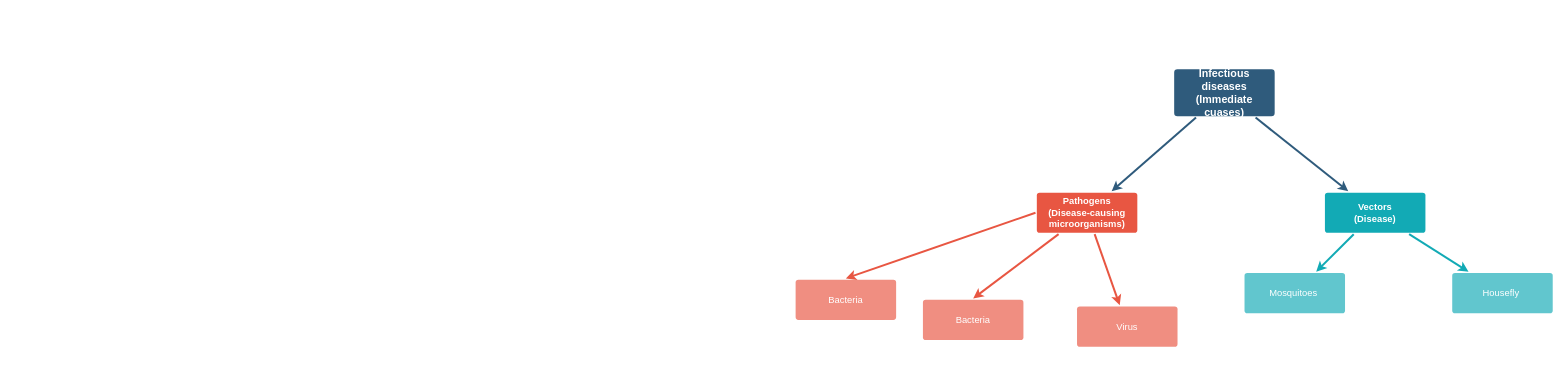
ShweataNHegde/fun_projects keeps this draw.io diagram as page "Page-1" (1 of 2) of infectious_disease.drawio. Above is the earlier version. Source tidied: cells renumbered, new cells numbered last; positions are measured from the earlier drawing's top-left corner, leaving out a move shared by most shapes. Both pictures are drawn from the tidied source at 67%, with x=0, y=0 at pixel (795, 69).
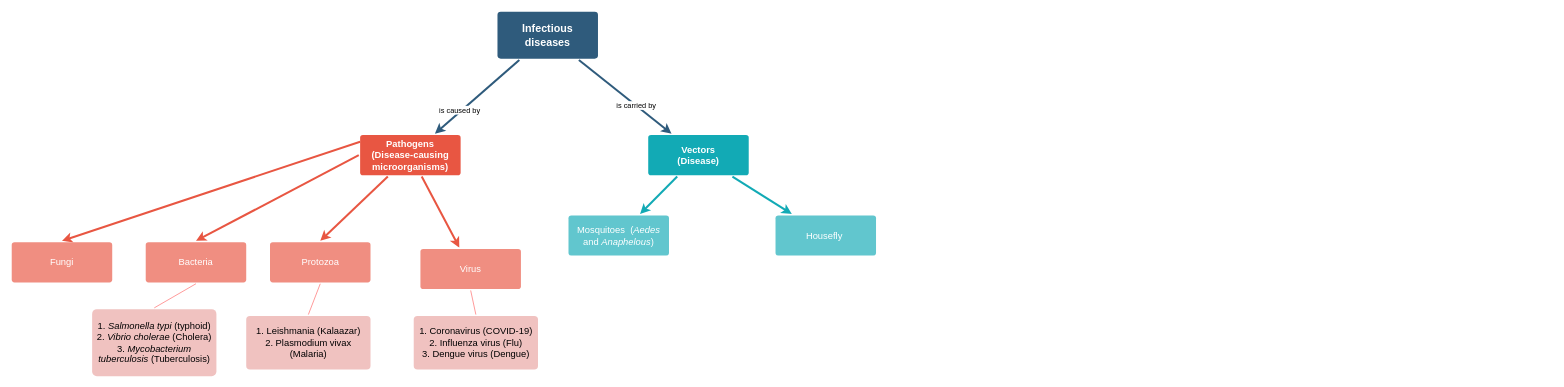
The same page after the edit.

Unchanged cells that the change refers to:
```xml
<mxCell id="2" style="edgeStyle=none;rounded=0;jumpStyle=none;html=1;shadow=0;labelBackgroundColor=none;startArrow=none;startFill=0;endArrow=classic;endFill=1;jettySize=auto;strokeColor=#2F5B7C;strokeWidth=3;fontFamily=Helvetica;fontSize=16;fontColor=#23445D;spacing=5;" parent="1" edge="1" source="4" target="10">
  <mxGeometry relative="1" as="geometry" />
</mxCell>
<mxCell id="3" style="edgeStyle=none;rounded=0;jumpStyle=none;html=1;shadow=0;labelBackgroundColor=none;startArrow=none;startFill=0;endArrow=classic;endFill=1;jettySize=auto;strokeColor=#2F5B7C;strokeWidth=3;fontFamily=Helvetica;fontSize=16;fontColor=#23445D;spacing=5;" parent="1" edge="1" source="4" target="7">
  <mxGeometry relative="1" as="geometry" />
</mxCell>
```

Diff of the diagram source:
```diff
@@
+    <mxCell id="17" value="is carried by" style="edgeLabel;html=1;align=center;verticalAlign=middle;" parent="2" vertex="1">
+      <mxGeometry x="0.23" relative="1" as="geometry" />
+    </mxCell>
@@
+    <mxCell id="18" value="is caused by&amp;nbsp;" style="edgeLabel;html=1;align=center;verticalAlign=middle;" parent="3" vertex="1">
+      <mxGeometry x="0.39" y="-1" relative="1" as="geometry">
+        <mxPoint y="-1" as="offset" />
+      </mxGeometry>
+    </mxCell>
-    <mxCell id="4" value="Infectious diseases&lt;br&gt;(Immediate cuases)" style="rounded=1;whiteSpace=wrap;html=1;shadow=0;labelBackgroundColor=none;strokeColor=none;strokeWidth=3;fillColor=#2F5B7C;fontFamily=Helvetica;fontSize=16;fontColor=#FFFFFF;align=center;fontStyle=1;spacing=5;arcSize=7;perimeterSpacing=2;" parent="1" vertex="1">
-      <mxGeometry x="565" width="150" height="70" as="geometry" />
+    <mxCell id="4" value="Infectious diseases&lt;br&gt;" style="rounded=1;whiteSpace=wrap;html=1;shadow=0;labelBackgroundColor=none;strokeColor=none;strokeWidth=3;fillColor=#2F5B7C;fontFamily=Helvetica;fontSize=16;fontColor=#FFFFFF;align=center;fontStyle=1;spacing=5;arcSize=7;perimeterSpacing=2;" parent="1" vertex="1">
+      <mxGeometry x="-445" y="-86" width="150" height="70" as="geometry" />
     </mxCell>
@@
     <mxCell id="7" value="Pathogens&lt;br&gt;(Disease-causing microorganisms)" style="rounded=1;whiteSpace=wrap;html=1;shadow=0;labelBackgroundColor=none;strokeColor=none;strokeWidth=3;fillColor=#e85642;fontFamily=Helvetica;fontSize=14;fontColor=#FFFFFF;align=center;spacing=5;fontStyle=1;arcSize=7;perimeterSpacing=2;" parent="1" vertex="1">
-      <mxGeometry x="360" y="184" width="150" height="60" as="geometry" />
+      <mxGeometry x="-650" y="98" width="150" height="60" as="geometry" />
     </mxCell>
     <mxCell id="8" value="Virus" style="rounded=1;whiteSpace=wrap;html=1;shadow=0;labelBackgroundColor=none;strokeColor=none;strokeWidth=3;fillColor=#f08e81;fontFamily=Helvetica;fontSize=14;fontColor=#FFFFFF;align=center;spacing=5;fontStyle=0;arcSize=7;perimeterSpacing=2;" parent="1" vertex="1">
-      <mxGeometry x="420" y="354" width="150" height="60" as="geometry" />
+      <mxGeometry x="-560" y="268" width="150" height="60" as="geometry" />
     </mxCell>
-    <mxCell id="9" value="Bacteria" style="rounded=1;whiteSpace=wrap;html=1;shadow=0;labelBackgroundColor=none;strokeColor=none;strokeWidth=3;fillColor=#f08e81;fontFamily=Helvetica;fontSize=14;fontColor=#FFFFFF;align=center;spacing=5;fontStyle=0;arcSize=7;perimeterSpacing=2;" parent="1" vertex="1">
-      <mxGeometry x="190" y="344" width="150" height="60" as="geometry" />
+    <mxCell id="9" value="Protozoa" style="rounded=1;whiteSpace=wrap;html=1;shadow=0;labelBackgroundColor=none;strokeColor=none;strokeWidth=3;fillColor=#f08e81;fontFamily=Helvetica;fontSize=14;fontColor=#FFFFFF;align=center;spacing=5;fontStyle=0;arcSize=7;perimeterSpacing=2;" parent="1" vertex="1">
+      <mxGeometry x="-784.5" y="258" width="150" height="60" as="geometry" />
     </mxCell>
     <mxCell id="10" value="Vectors&lt;br&gt;(Disease)" style="rounded=1;whiteSpace=wrap;html=1;shadow=0;labelBackgroundColor=none;strokeColor=none;strokeWidth=3;fillColor=#12aab5;fontFamily=Helvetica;fontSize=14;fontColor=#FFFFFF;align=center;spacing=5;fontStyle=1;arcSize=7;perimeterSpacing=2;" parent="1" vertex="1">
-      <mxGeometry x="790" y="184" width="150" height="60" as="geometry" />
+      <mxGeometry x="-220" y="98" width="150" height="60" as="geometry" />
     </mxCell>
-    <mxCell id="11" value="Mosquitoes&amp;nbsp;" style="rounded=1;whiteSpace=wrap;html=1;shadow=0;labelBackgroundColor=none;strokeColor=none;strokeWidth=3;fillColor=#61c6ce;fontFamily=Helvetica;fontSize=14;fontColor=#FFFFFF;align=center;spacing=5;fontStyle=0;arcSize=7;perimeterSpacing=2;" parent="1" vertex="1">
-      <mxGeometry x="670" y="304" width="150" height="60" as="geometry" />
+    <mxCell id="11" value="Mosquitoes&amp;nbsp; (&lt;i&gt;Aedes &lt;/i&gt;and &lt;i&gt;Anaphelous&lt;/i&gt;)" style="rounded=1;whiteSpace=wrap;html=1;shadow=0;labelBackgroundColor=none;strokeColor=none;strokeWidth=3;fillColor=#61c6ce;fontFamily=Helvetica;fontSize=14;fontColor=#FFFFFF;align=center;spacing=5;fontStyle=0;arcSize=7;perimeterSpacing=2;" parent="1" vertex="1">
+      <mxGeometry x="-339" y="218" width="150" height="60" as="geometry" />
     </mxCell>
@@
     <mxCell id="13" value="Housefly&amp;nbsp;" style="rounded=1;whiteSpace=wrap;html=1;shadow=0;labelBackgroundColor=none;strokeColor=none;strokeWidth=3;fillColor=#61c6ce;fontFamily=Helvetica;fontSize=14;fontColor=#FFFFFF;align=center;spacing=5;fontStyle=0;arcSize=7;perimeterSpacing=2;" parent="1" vertex="1">
-      <mxGeometry x="980" y="304" width="150" height="60" as="geometry" />
+      <mxGeometry x="-30" y="218" width="150" height="60" as="geometry" />
     </mxCell>
@@
     <mxCell id="15" value="Bacteria" style="rounded=1;whiteSpace=wrap;html=1;shadow=0;labelBackgroundColor=none;strokeColor=none;strokeWidth=3;fillColor=#f08e81;fontFamily=Helvetica;fontSize=14;fontColor=#FFFFFF;align=center;spacing=5;fontStyle=0;arcSize=7;perimeterSpacing=2;" parent="1" vertex="1">
-      <mxGeometry y="314" width="150" height="60" as="geometry" />
+      <mxGeometry x="-970" y="258" width="150" height="60" as="geometry" />
     </mxCell>
@@
+    <mxCell id="19" value="&lt;font color=&quot;#000000&quot;&gt;1. &lt;i&gt;Salmonella typi &lt;/i&gt;(typhoid)&lt;br&gt;2.&amp;nbsp;&lt;i&gt;Vibrio cholerae&lt;/i&gt; (Cholera)&lt;br&gt;3. &lt;i&gt;Mycobacterium tuberculosis&lt;/i&gt; (Tuberculosis)&lt;br&gt;&lt;/font&gt;" style="rounded=1;whiteSpace=wrap;html=1;shadow=0;labelBackgroundColor=none;strokeColor=none;strokeWidth=3;fillColor=#F0C2C0;fontFamily=Helvetica;fontSize=14;fontColor=#FFFFFF;align=center;spacing=5;fontStyle=0;arcSize=7;perimeterSpacing=2;" parent="1" vertex="1">
+      <mxGeometry x="-1050" y="358" width="185.5" height="100" as="geometry" />
+    </mxCell>
+    <mxCell id="20" style="endArrow=none;html=1;rounded=0;exitX=0.5;exitY=0;exitDx=0;exitDy=0;entryX=0.5;entryY=1;entryDx=0;entryDy=0;strokeColor=#FF6969;" parent="1" edge="1" source="19" target="15">
+      <mxGeometry relative="1" as="geometry" />
+    </mxCell>
+    <mxCell id="21" value="&lt;font color=&quot;#000000&quot;&gt;1. Coronavirus (COVID-19)&lt;br&gt;2. Influenza virus (Flu)&lt;br&gt;3. Dengue virus (Dengue)&lt;br&gt;&lt;/font&gt;" style="rounded=1;whiteSpace=wrap;html=1;shadow=0;labelBackgroundColor=none;strokeColor=none;strokeWidth=3;fillColor=#F0C2C0;fontFamily=Helvetica;fontSize=14;fontColor=#FFFFFF;align=center;spacing=5;fontStyle=0;arcSize=7;perimeterSpacing=2;" parent="1" vertex="1">
+      <mxGeometry x="-570" y="368" width="185.5" height="80" as="geometry" />
+    </mxCell>
+    <mxCell id="22" style="endArrow=none;html=1;rounded=0;exitX=0.5;exitY=0;exitDx=0;exitDy=0;entryX=0.5;entryY=1;entryDx=0;entryDy=0;strokeColor=#FF6969;" parent="1" edge="1" source="21" target="8">
+      <mxGeometry relative="1" as="geometry" />
+    </mxCell>
+    <mxCell id="23" value="&lt;font color=&quot;#000000&quot;&gt;1. Leishmania (Kalaazar)&lt;br&gt;2. Plasmodium vivax (Malaria)&lt;br&gt;&lt;/font&gt;" style="rounded=1;whiteSpace=wrap;html=1;shadow=0;labelBackgroundColor=none;strokeColor=none;strokeWidth=3;fillColor=#F0C2C0;fontFamily=Helvetica;fontSize=14;fontColor=#FFFFFF;align=center;spacing=5;fontStyle=0;arcSize=7;perimeterSpacing=2;" parent="1" vertex="1">
+      <mxGeometry x="-820" y="368" width="185.5" height="80" as="geometry" />
+    </mxCell>
+    <mxCell id="24" style="endArrow=none;html=1;rounded=0;exitX=0.5;exitY=0;exitDx=0;exitDy=0;strokeColor=#FF6969;entryX=0.5;entryY=1;entryDx=0;entryDy=0;" parent="1" edge="1" source="23" target="9">
+      <mxGeometry relative="1" as="geometry" />
+    </mxCell>
+    <mxCell id="25" style="edgeStyle=none;rounded=1;jumpStyle=none;html=1;shadow=0;labelBackgroundColor=none;startArrow=none;startFill=0;jettySize=auto;strokeColor=#E85642;strokeWidth=3;fontFamily=Helvetica;fontSize=14;fontColor=#FFFFFF;spacing=5;fontStyle=1;fillColor=#b0e3e6;entryX=0.5;entryY=0;entryDx=0;entryDy=0;" parent="1" edge="1" target="26">
+      <mxGeometry relative="1" as="geometry">
+        <mxPoint x="-650" y="108" as="sourcePoint" />
+      </mxGeometry>
+    </mxCell>
+    <mxCell id="26" value="Fungi" style="rounded=1;whiteSpace=wrap;html=1;shadow=0;labelBackgroundColor=none;strokeColor=none;strokeWidth=3;fillColor=#f08e81;fontFamily=Helvetica;fontSize=14;fontColor=#FFFFFF;align=center;spacing=5;fontStyle=0;arcSize=7;perimeterSpacing=2;" parent="1" vertex="1">
+      <mxGeometry x="-1170" y="258" width="150" height="60" as="geometry" />
+    </mxCell>
```
